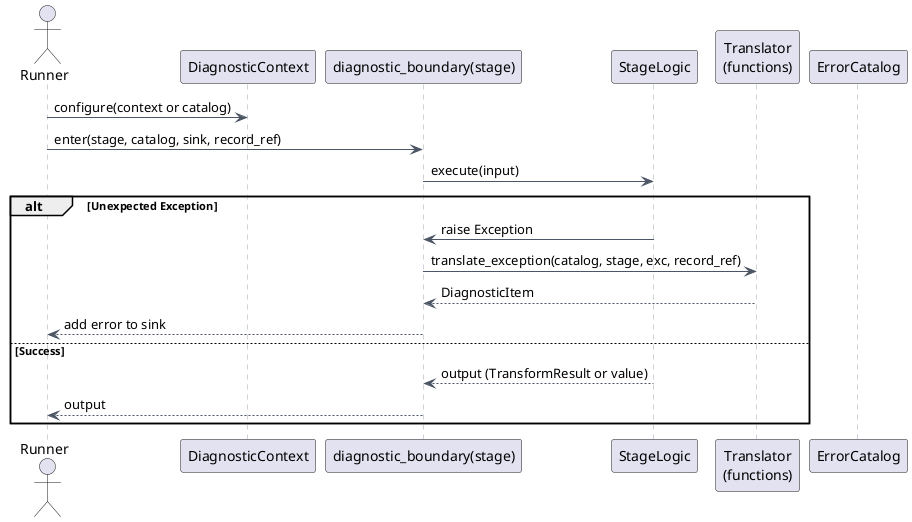
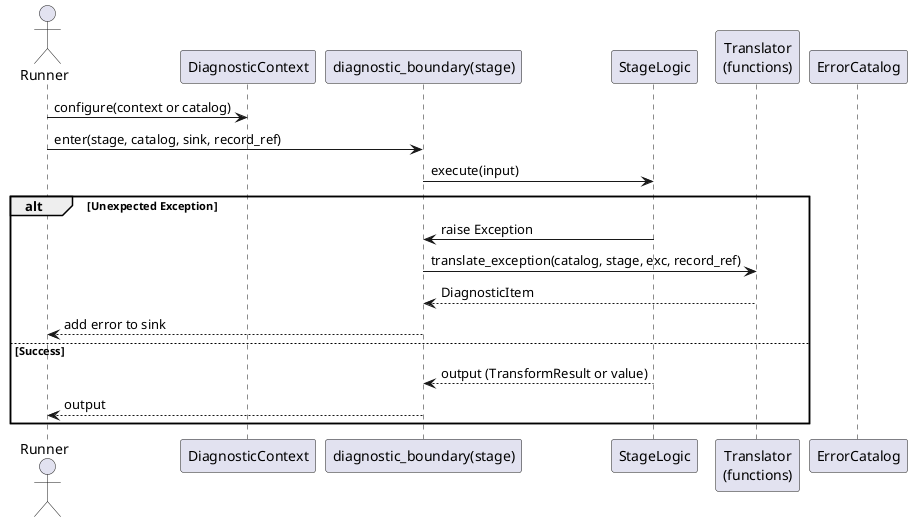
@startuml
skinparam backgroundColor white
skinparam linetype ortho
skinparam defaultFontName Arial
- skinparam SequenceArrowColor #4b5563
- skinparam SequenceLifeLineBorderColor #9ca3af
+ skinparam component {
+   BackgroundColor #f7e9dc
+   BorderColor #d9c2a8
+ }
actor Runner as R
participant "DiagnosticContext" as Ctx
participant "diagnostic_boundary(stage)" as B
participant "StageLogic" as S
participant "Translator\n(functions)" as T
participant "ErrorCatalog" as Cat

R -> Ctx : configure(context or catalog)
R -> B : enter(stage, catalog, sink, record_ref)
B -> S : execute(input)

alt Unexpected Exception
  S -> B : raise Exception
  B -> T : translate_exception(catalog, stage, exc, record_ref)
  T --> B : DiagnosticItem
  B --> R : add error to sink
else Success
  S --> B : output (TransformResult or value)
  B --> R : output
end
@enduml
